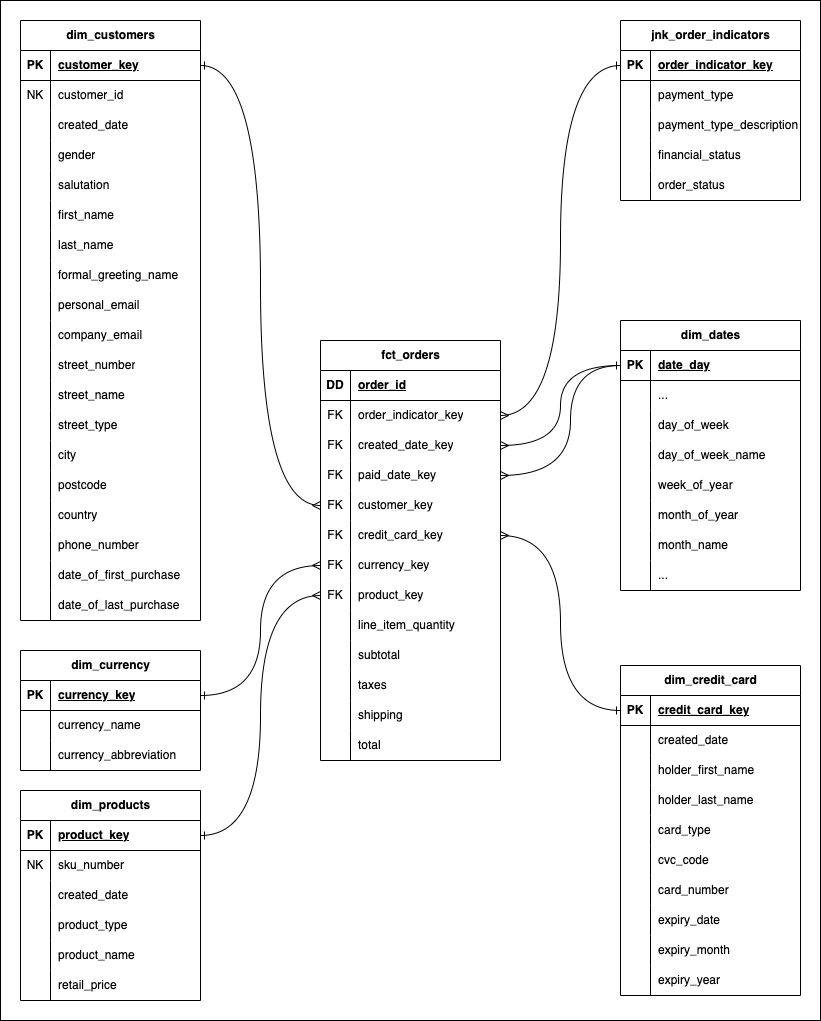
Before: slamco/assets/readme_sales_model.drawio.png, a diagram exported from draw.io (s-tlm/dbt-project). Source tidied: cells renumbered, new cells last; positions are measured from the earlier drawing's top-left corner, leaving out a move shared by most shapes.
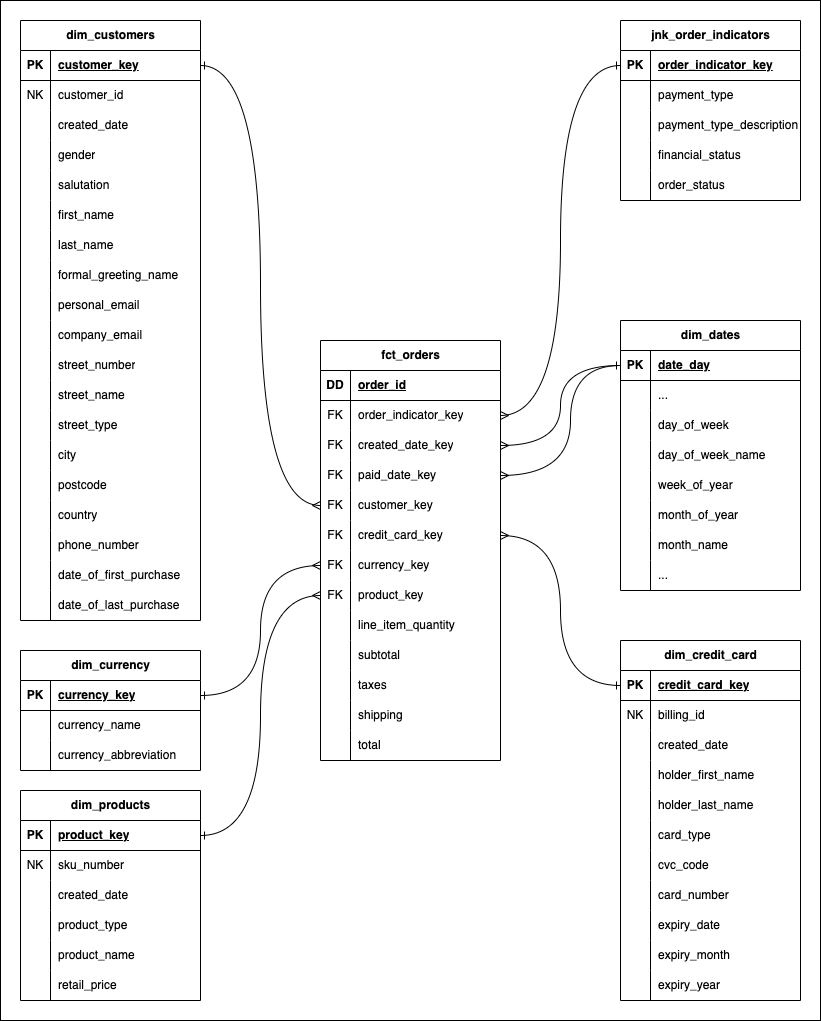
Later version of the same file.

The edit, as a diff of the source:
```diff
@@ -405,7 +405,7 @@
       <mxGeometry x="30" width="150" height="30" as="geometry" />
     </mxCell>
     <mxCell id="136" value="dim_credit_card" style="shape=table;startSize=30;rowLines=0;fontStyle=1;align=center;html=1;" parent="1" vertex="1">
-      <mxGeometry x="620" y="665" width="180" height="330" as="geometry" />
+      <mxGeometry x="620" y="640" width="180" height="360" as="geometry" />
     </mxCell>
     <mxCell id="137" style="shape=tableRow;horizontal=0;startSize=0;swimlaneHead=0;swimlaneBody=0;fillColor=none;points=[[0,0.5],[1,0.5]];portConstraint=eastwest;top=0;left=0;right=0;bottom=1;" parent="136" vertex="1">
       <mxGeometry y="30" width="180" height="30" as="geometry" />
@@ -416,8 +416,17 @@
     <mxCell id="139" value="credit_card_key" style="shape=partialRectangle;fillColor=none;top=0;left=0;bottom=0;right=0;align=left;spacingLeft=6;fontStyle=5;overflow=hidden;whiteSpace=wrap;html=1;" parent="137" vertex="1">
       <mxGeometry x="30" width="150" height="30" as="geometry" />
     </mxCell>
+    <mxCell id="209" style="shape=tableRow;horizontal=0;startSize=0;swimlaneHead=0;swimlaneBody=0;fillColor=none;top=0;left=0;right=0;bottom=0;" parent="136" vertex="1">
+      <mxGeometry y="60" width="180" height="30" as="geometry" />
+    </mxCell>
+    <mxCell id="210" value="NK" style="shape=partialRectangle;fillColor=none;top=0;left=0;bottom=0;right=0;overflow=hidden;whiteSpace=wrap;html=1;" parent="209" vertex="1">
+      <mxGeometry width="30" height="30" as="geometry" />
+    </mxCell>
+    <mxCell id="211" value="billing_id" style="shape=partialRectangle;fillColor=none;top=0;left=0;bottom=0;right=0;align=left;spacingLeft=6;overflow=hidden;whiteSpace=wrap;html=1;" parent="209" vertex="1">
+      <mxGeometry x="30" width="150" height="30" as="geometry" />
+    </mxCell>
     <mxCell id="140" style="shape=tableRow;horizontal=0;startSize=0;swimlaneHead=0;swimlaneBody=0;fillColor=none;top=0;left=0;right=0;bottom=0;" parent="136" vertex="1">
-      <mxGeometry y="60" width="180" height="30" as="geometry" />
+      <mxGeometry y="90" width="180" height="30" as="geometry" />
     </mxCell>
     <mxCell id="141" style="shape=partialRectangle;fillColor=none;top=0;left=0;bottom=0;right=0;overflow=hidden;whiteSpace=wrap;html=1;" parent="140" vertex="1">
       <mxGeometry width="30" height="30" as="geometry" />
@@ -426,7 +435,7 @@
       <mxGeometry x="30" width="150" height="30" as="geometry" />
     </mxCell>
     <mxCell id="143" style="shape=tableRow;horizontal=0;startSize=0;swimlaneHead=0;swimlaneBody=0;fillColor=none;top=0;left=0;right=0;bottom=0;" parent="136" vertex="1">
-      <mxGeometry y="90" width="180" height="30" as="geometry" />
+      <mxGeometry y="120" width="180" height="30" as="geometry" />
     </mxCell>
     <mxCell id="144" style="shape=partialRectangle;fillColor=none;top=0;left=0;bottom=0;right=0;overflow=hidden;whiteSpace=wrap;html=1;" parent="143" vertex="1">
       <mxGeometry width="30" height="30" as="geometry" />
@@ -435,7 +444,7 @@
       <mxGeometry x="30" width="150" height="30" as="geometry" />
     </mxCell>
     <mxCell id="146" style="shape=tableRow;horizontal=0;startSize=0;swimlaneHead=0;swimlaneBody=0;fillColor=none;top=0;left=0;right=0;bottom=0;" parent="136" vertex="1">
-      <mxGeometry y="120" width="180" height="30" as="geometry" />
+      <mxGeometry y="150" width="180" height="30" as="geometry" />
     </mxCell>
     <mxCell id="147" style="shape=partialRectangle;fillColor=none;top=0;left=0;bottom=0;right=0;overflow=hidden;whiteSpace=wrap;html=1;" parent="146" vertex="1">
       <mxGeometry width="30" height="30" as="geometry" />
@@ -444,7 +453,7 @@
       <mxGeometry x="30" width="150" height="30" as="geometry" />
     </mxCell>
     <mxCell id="149" style="shape=tableRow;horizontal=0;startSize=0;swimlaneHead=0;swimlaneBody=0;fillColor=none;top=0;left=0;right=0;bottom=0;" parent="136" vertex="1">
-      <mxGeometry y="150" width="180" height="30" as="geometry" />
+      <mxGeometry y="180" width="180" height="30" as="geometry" />
     </mxCell>
     <mxCell id="150" style="shape=partialRectangle;fillColor=none;top=0;left=0;bottom=0;right=0;overflow=hidden;whiteSpace=wrap;html=1;" parent="149" vertex="1">
       <mxGeometry width="30" height="30" as="geometry" />
@@ -453,7 +462,7 @@
       <mxGeometry x="30" width="150" height="30" as="geometry" />
     </mxCell>
     <mxCell id="152" style="shape=tableRow;horizontal=0;startSize=0;swimlaneHead=0;swimlaneBody=0;fillColor=none;top=0;left=0;right=0;bottom=0;" parent="136" vertex="1">
-      <mxGeometry y="180" width="180" height="30" as="geometry" />
+      <mxGeometry y="210" width="180" height="30" as="geometry" />
     </mxCell>
     <mxCell id="153" style="shape=partialRectangle;fillColor=none;top=0;left=0;bottom=0;right=0;overflow=hidden;whiteSpace=wrap;html=1;" parent="152" vertex="1">
       <mxGeometry width="30" height="30" as="geometry" />
@@ -462,7 +471,7 @@
       <mxGeometry x="30" width="150" height="30" as="geometry" />
     </mxCell>
     <mxCell id="155" style="shape=tableRow;horizontal=0;startSize=0;swimlaneHead=0;swimlaneBody=0;fillColor=none;top=0;left=0;right=0;bottom=0;" parent="136" vertex="1">
-      <mxGeometry y="210" width="180" height="30" as="geometry" />
+      <mxGeometry y="240" width="180" height="30" as="geometry" />
     </mxCell>
     <mxCell id="156" style="shape=partialRectangle;fillColor=none;top=0;left=0;bottom=0;right=0;overflow=hidden;whiteSpace=wrap;html=1;" parent="155" vertex="1">
       <mxGeometry width="30" height="30" as="geometry" />
@@ -471,7 +480,7 @@
       <mxGeometry x="30" width="150" height="30" as="geometry" />
     </mxCell>
     <mxCell id="158" style="shape=tableRow;horizontal=0;startSize=0;swimlaneHead=0;swimlaneBody=0;fillColor=none;top=0;left=0;right=0;bottom=0;" parent="136" vertex="1">
-      <mxGeometry y="240" width="180" height="30" as="geometry" />
+      <mxGeometry y="270" width="180" height="30" as="geometry" />
     </mxCell>
     <mxCell id="159" style="shape=partialRectangle;fillColor=none;top=0;left=0;bottom=0;right=0;overflow=hidden;whiteSpace=wrap;html=1;" parent="158" vertex="1">
       <mxGeometry width="30" height="30" as="geometry" />
@@ -480,7 +489,7 @@
       <mxGeometry x="30" width="150" height="30" as="geometry" />
     </mxCell>
     <mxCell id="161" style="shape=tableRow;horizontal=0;startSize=0;swimlaneHead=0;swimlaneBody=0;fillColor=none;top=0;left=0;right=0;bottom=0;" parent="136" vertex="1">
-      <mxGeometry y="270" width="180" height="30" as="geometry" />
+      <mxGeometry y="300" width="180" height="30" as="geometry" />
     </mxCell>
     <mxCell id="162" style="shape=partialRectangle;fillColor=none;top=0;left=0;bottom=0;right=0;overflow=hidden;whiteSpace=wrap;html=1;" parent="161" vertex="1">
       <mxGeometry width="30" height="30" as="geometry" />
@@ -489,7 +498,7 @@
       <mxGeometry x="30" width="150" height="30" as="geometry" />
     </mxCell>
     <mxCell id="164" style="shape=tableRow;horizontal=0;startSize=0;swimlaneHead=0;swimlaneBody=0;fillColor=none;top=0;left=0;right=0;bottom=0;" parent="136" vertex="1">
-      <mxGeometry y="300" width="180" height="30" as="geometry" />
+      <mxGeometry y="330" width="180" height="30" as="geometry" />
     </mxCell>
     <mxCell id="165" style="shape=partialRectangle;fillColor=none;top=0;left=0;bottom=0;right=0;overflow=hidden;whiteSpace=wrap;html=1;" parent="164" vertex="1">
       <mxGeometry width="30" height="30" as="geometry" />
```
